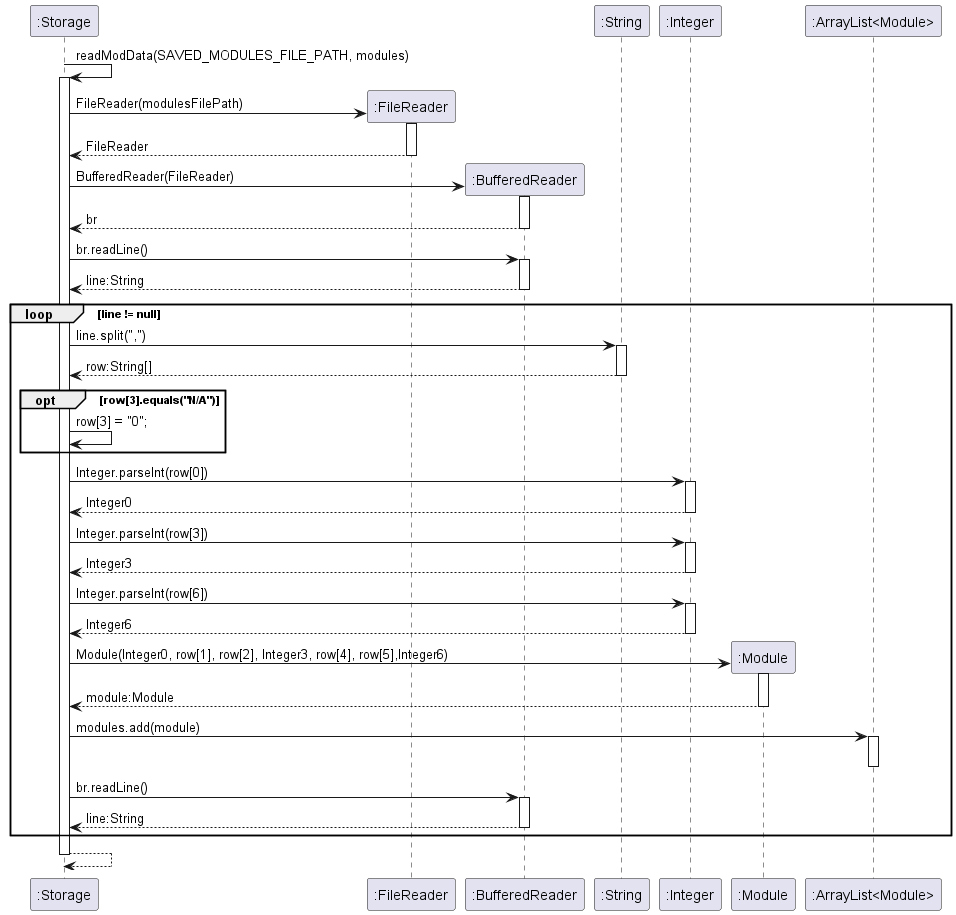
The PlantUML diagram docs/diagrams/Storage/readModData.png in nus-cs2113-AY2223S2/tp, before a commit.
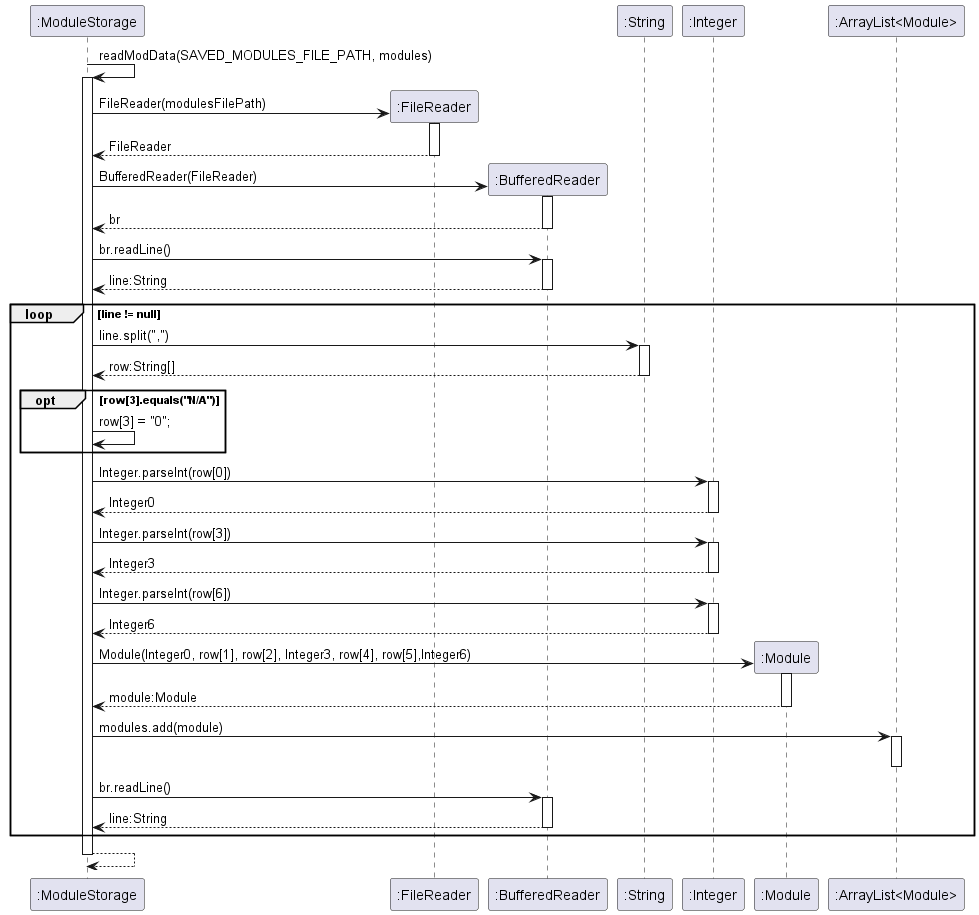
The same file after the commit.

Commit message:
Change Storage to ModuleStorage in Sequence Diagrams and update png file

The edit, as a diff of the source:
```diff
@@ -1,54 +1,54 @@
 @startuml
 
-":Storage" -> ":Storage" : readModData(SAVED_MODULES_FILE_PATH, modules)
-activate ":Storage"
+":ModuleStorage" -> ":ModuleStorage" : readModData(SAVED_MODULES_FILE_PATH, modules)
+activate ":ModuleStorage"
 create ":FileReader"
-":Storage" -> ":FileReader" : FileReader(modulesFilePath)
+":ModuleStorage" -> ":FileReader" : FileReader(modulesFilePath)
 activate ":FileReader"
-":Storage" <-- ":FileReader" : FileReader
+":ModuleStorage" <-- ":FileReader" : FileReader
 deactivate ":FileReader"
 create ":BufferedReader"
-":Storage" -> ":BufferedReader" : BufferedReader(FileReader)
+":ModuleStorage" -> ":BufferedReader" : BufferedReader(FileReader)
 activate ":BufferedReader"
-":Storage" <-- ":BufferedReader" : br
+":ModuleStorage" <-- ":BufferedReader" : br
 deactivate ":BufferedReader"
-":Storage" -> ":BufferedReader" : br.readLine()
+":ModuleStorage" -> ":BufferedReader" : br.readLine()
 activate ":BufferedReader"
-":Storage" <-- ":BufferedReader" : line:String
+":ModuleStorage" <-- ":BufferedReader" : line:String
 deactivate ":BufferedReader"
 loop line != null
-":Storage" -> ":String" : line.split(",")
+":ModuleStorage" -> ":String" : line.split(",")
 activate ":String"
-":Storage" <-- ":String" : row:String[]
+":ModuleStorage" <-- ":String" : row:String[]
 deactivate ":String"
 opt row[3].equals("N/A")
-":Storage" -> ":Storage" : row[3] = "0";
+":ModuleStorage" -> ":ModuleStorage" : row[3] = "0";
 end
-":Storage" -> ":Integer" : Integer.parseInt(row[0])
+":ModuleStorage" -> ":Integer" : Integer.parseInt(row[0])
 activate ":Integer"
-":Storage" <-- ":Integer" : Integer0
+":ModuleStorage" <-- ":Integer" : Integer0
 deactivate ":Integer"
-":Storage" -> ":Integer" : Integer.parseInt(row[3])
+":ModuleStorage" -> ":Integer" : Integer.parseInt(row[3])
 activate ":Integer"
-":Storage" <-- ":Integer" : Integer3
+":ModuleStorage" <-- ":Integer" : Integer3
 deactivate ":Integer"
-":Storage" -> ":Integer" : Integer.parseInt(row[6])
+":ModuleStorage" -> ":Integer" : Integer.parseInt(row[6])
 activate ":Integer"
-":Storage" <-- ":Integer" : Integer6
+":ModuleStorage" <-- ":Integer" : Integer6
 deactivate ":Integer"
 create ":Module"
-":Storage" -> ":Module" : Module(Integer0, row[1], row[2], Integer3, row[4], row[5],Integer6)
+":ModuleStorage" -> ":Module" : Module(Integer0, row[1], row[2], Integer3, row[4], row[5],Integer6)
 activate ":Module"
-":Storage" <-- ":Module" : module:Module
+":ModuleStorage" <-- ":Module" : module:Module
 deactivate ":Module"
-":Storage" -> ":ArrayList<Module>" : modules.add(module)
+":ModuleStorage" -> ":ArrayList<Module>" : modules.add(module)
 activate ":ArrayList<Module>"
 deactivate ":ArrayList<Module>"
-":Storage" -> ":BufferedReader" : br.readLine()
+":ModuleStorage" -> ":BufferedReader" : br.readLine()
 activate ":BufferedReader"
-":Storage" <-- ":BufferedReader" : line:String
+":ModuleStorage" <-- ":BufferedReader" : line:String
 deactivate ":BufferedReader"
 end
-":Storage" --> ":Storage"
-deactivate ":Storage"
+":ModuleStorage" --> ":ModuleStorage"
+deactivate ":ModuleStorage"
 @enduml
```
